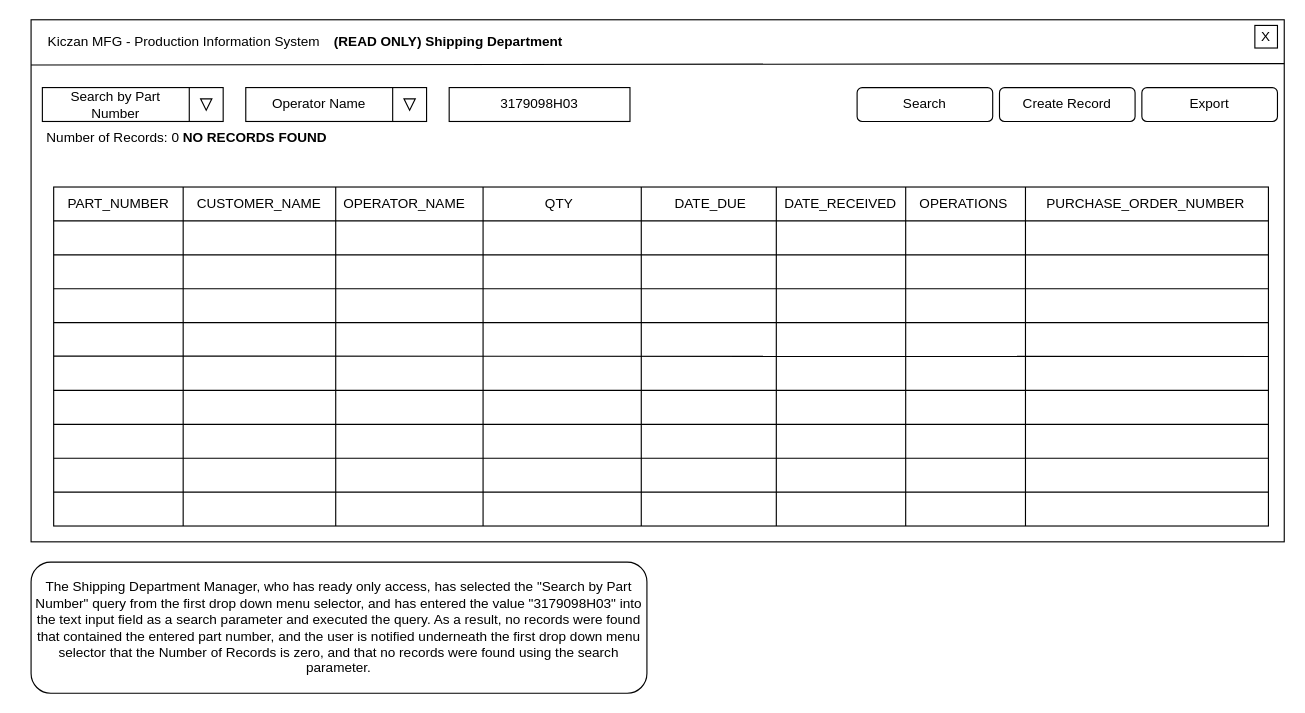
Above: Main User Interface Wireframe Search By Part Number (READONLY) NO RECORDS FOUND.drawio in JrST90/Team2CapstoneProject (draw.io), before the change. Source tidied: cells renumbered, new cells numbered last; positions are measured from the earlier drawing's top-left corner, leaving out a move shared by most shapes. Both pictures are drawn from the tidied source at 113%, with x=0, y=0 at pixel (19, 19).
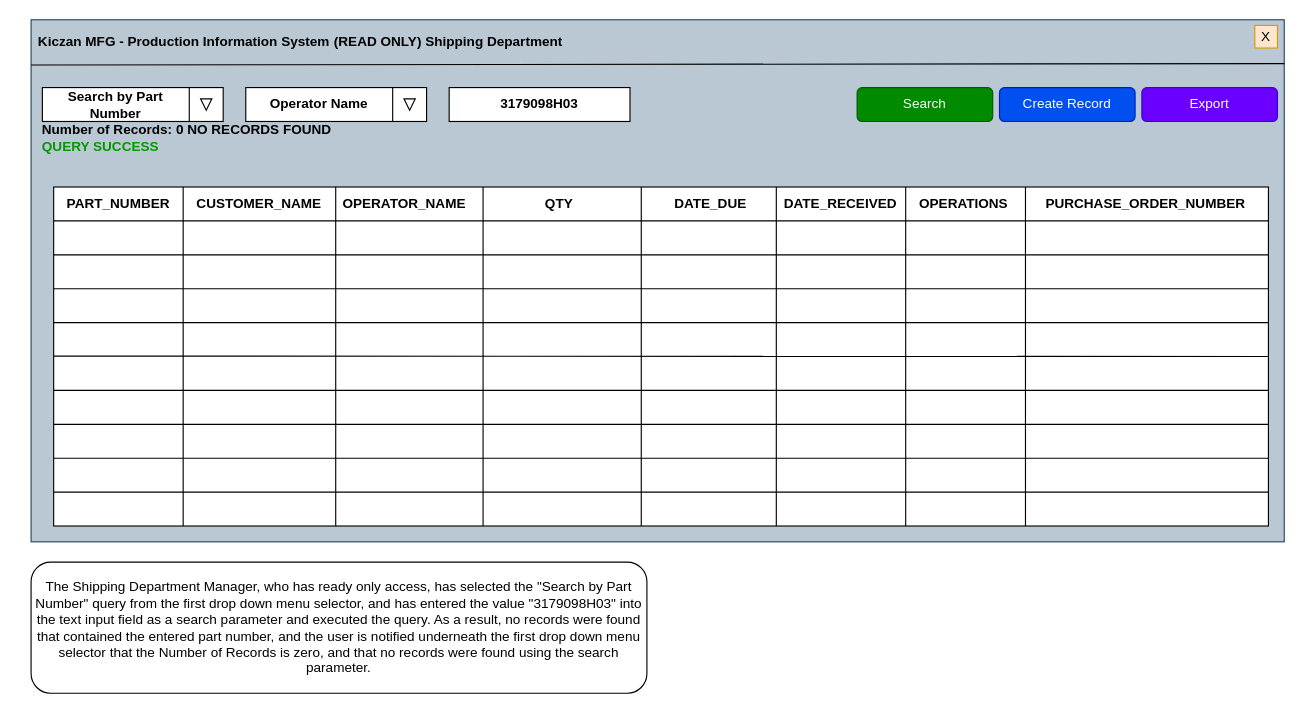
The same page after the edit.

What changed in the source:
```diff
@@
-    <mxCell id="2" style="rounded=0;whiteSpace=wrap;html=1;" parent="1" vertex="1">
+    <mxCell id="2" style="rounded=0;whiteSpace=wrap;html=1;fillColor=#bac8d3;strokeColor=#23445d;" parent="1" vertex="1">
       <mxGeometry x="10" width="1109" height="462" as="geometry" />
     </mxCell>
@@
-    <mxCell id="4" value="X" style="whiteSpace=wrap;html=1;" parent="1" vertex="1">
+    <mxCell id="4" value="X" style="whiteSpace=wrap;html=1;fillColor=#ffe6cc;strokeColor=#d79b00;" parent="1" vertex="1">
       <mxGeometry x="1093" y="5" width="20" height="20" as="geometry" />
     </mxCell>
-    <mxCell id="5" value="Kiczan MFG - Production Information System" style="text;html=1;whiteSpace=wrap;strokeColor=none;fillColor=none;align=center;verticalAlign=middle;rounded=0;" parent="1" vertex="1">
+    <mxCell id="5" value="&lt;b&gt;Kiczan MFG - Production Information System&lt;/b&gt;" style="text;html=1;whiteSpace=wrap;strokeColor=none;fillColor=none;align=center;verticalAlign=middle;rounded=0;" parent="1" vertex="1">
       <mxGeometry x="10" y="5" width="271" height="30" as="geometry" />
     </mxCell>
@@
-    <mxCell id="8" value="3179098H03" style="rounded=0;whiteSpace=wrap;html=1;" parent="1" vertex="1">
+    <mxCell id="8" value="&lt;b&gt;3179098H03&lt;/b&gt;" style="rounded=0;whiteSpace=wrap;html=1;" parent="1" vertex="1">
       <mxGeometry x="380" y="60" width="160" height="30" as="geometry" />
     </mxCell>
-    <mxCell id="9" value="Search" style="rounded=1;whiteSpace=wrap;html=1;" parent="1" vertex="1">
+    <mxCell id="9" value="Search" style="rounded=1;whiteSpace=wrap;html=1;fillColor=#008a00;fontColor=#ffffff;strokeColor=#005700;" parent="1" vertex="1">
       <mxGeometry x="741" y="60" width="120" height="30" as="geometry" />
     </mxCell>
-    <mxCell id="10" value="Search by Part Number" style="text;html=1;whiteSpace=wrap;strokeColor=none;fillColor=none;align=center;verticalAlign=middle;rounded=0;" parent="1" vertex="1">
+    <mxCell id="10" value="&lt;b&gt;Search by Part Number&lt;/b&gt;" style="text;html=1;whiteSpace=wrap;strokeColor=none;fillColor=none;align=center;verticalAlign=middle;rounded=0;" parent="1" vertex="1">
       <mxGeometry x="40" y="60" width="90" height="30" as="geometry" />
     </mxCell>
@@
-    <mxCell id="14" value="Operator Name" style="text;html=1;whiteSpace=wrap;strokeColor=none;fillColor=none;align=center;verticalAlign=middle;rounded=0;" parent="1" vertex="1">
+    <mxCell id="14" value="&lt;b&gt;Operator Name&lt;/b&gt;" style="text;html=1;whiteSpace=wrap;strokeColor=none;fillColor=none;align=center;verticalAlign=middle;rounded=0;" parent="1" vertex="1">
       <mxGeometry x="190" y="60" width="150" height="30" as="geometry" />
     </mxCell>
@@
-    <mxCell id="30" value="Number of Records: 0 &lt;b&gt;NO RECORDS FOUND&lt;/b&gt;" style="text;html=1;whiteSpace=wrap;strokeColor=none;fillColor=none;align=center;verticalAlign=middle;rounded=0;" parent="1" vertex="1">
+    <mxCell id="30" value="&lt;b&gt;Number of Records: 0 NO RECORDS FOUND&lt;/b&gt;&lt;div style=&quot;text-align: left;&quot;&gt;&lt;b style=&quot;background-color: transparent;&quot;&gt;&lt;font style=&quot;color: light-dark(rgb(0, 153, 0), rgb(255, 255, 255));&quot;&gt;QUERY SUCCESS&lt;/font&gt;&lt;/b&gt;&lt;/div&gt;" style="text;html=1;whiteSpace=wrap;strokeColor=none;fillColor=none;align=center;verticalAlign=middle;rounded=0;" parent="1" vertex="1">
       <mxGeometry y="90" width="296" height="30" as="geometry" />
     </mxCell>
-    <mxCell id="31" value="Create Record" style="rounded=1;whiteSpace=wrap;html=1;" parent="1" vertex="1">
+    <mxCell id="31" value="Create Record" style="rounded=1;whiteSpace=wrap;html=1;fillColor=#0050ef;fontColor=#ffffff;strokeColor=#001DBC;" parent="1" vertex="1">
       <mxGeometry x="867" y="60" width="120" height="30" as="geometry" />
     </mxCell>
-    <mxCell id="32" value="PART_NUMBER" style="text;html=1;whiteSpace=wrap;strokeColor=none;fillColor=none;align=center;verticalAlign=middle;rounded=0;" parent="1" vertex="1">
+    <mxCell id="32" value="&lt;b&gt;PART_NUMBER&lt;/b&gt;" style="text;html=1;whiteSpace=wrap;strokeColor=none;fillColor=none;align=center;verticalAlign=middle;rounded=0;" parent="1" vertex="1">
       <mxGeometry x="36" y="148" width="103" height="30" as="geometry" />
     </mxCell>
-    <mxCell id="33" value="CUSTOMER_NAME" style="text;html=1;whiteSpace=wrap;strokeColor=none;fillColor=none;align=center;verticalAlign=middle;rounded=0;" parent="1" vertex="1">
+    <mxCell id="33" value="&lt;b&gt;CUSTOMER_NAME&lt;/b&gt;" style="text;html=1;whiteSpace=wrap;strokeColor=none;fillColor=none;align=center;verticalAlign=middle;rounded=0;" parent="1" vertex="1">
       <mxGeometry x="150" y="148" width="124" height="30" as="geometry" />
     </mxCell>
-    <mxCell id="34" value="OPERATOR_NAME" style="text;html=1;whiteSpace=wrap;strokeColor=none;fillColor=none;align=center;verticalAlign=middle;rounded=0;" parent="1" vertex="1">
+    <mxCell id="34" value="&lt;b&gt;OPERATOR_NAME&lt;/b&gt;" style="text;html=1;whiteSpace=wrap;strokeColor=none;fillColor=none;align=center;verticalAlign=middle;rounded=0;" parent="1" vertex="1">
       <mxGeometry x="285" y="148" width="111" height="30" as="geometry" />
     </mxCell>
-    <mxCell id="35" value="QTY" style="text;html=1;whiteSpace=wrap;strokeColor=none;fillColor=none;align=center;verticalAlign=middle;rounded=0;" parent="1" vertex="1">
+    <mxCell id="35" value="&lt;b&gt;QTY&lt;/b&gt;" style="text;html=1;whiteSpace=wrap;strokeColor=none;fillColor=none;align=center;verticalAlign=middle;rounded=0;" parent="1" vertex="1">
       <mxGeometry x="426" y="148" width="103" height="30" as="geometry" />
     </mxCell>
-    <mxCell id="36" value="DATE_DUE" style="text;html=1;whiteSpace=wrap;strokeColor=none;fillColor=none;align=center;verticalAlign=middle;rounded=0;" parent="1" vertex="1">
+    <mxCell id="36" value="&lt;b&gt;DATE_DUE&lt;/b&gt;" style="text;html=1;whiteSpace=wrap;strokeColor=none;fillColor=none;align=center;verticalAlign=middle;rounded=0;" parent="1" vertex="1">
       <mxGeometry x="560" y="148" width="103" height="30" as="geometry" />
     </mxCell>
-    <mxCell id="37" value="DATE_RECEIVED" style="text;html=1;whiteSpace=wrap;strokeColor=none;fillColor=none;align=center;verticalAlign=middle;rounded=0;" parent="1" vertex="1">
+    <mxCell id="37" value="&lt;b&gt;DATE_RECEIVED&lt;/b&gt;" style="text;html=1;whiteSpace=wrap;strokeColor=none;fillColor=none;align=center;verticalAlign=middle;rounded=0;" parent="1" vertex="1">
       <mxGeometry x="675" y="148" width="103" height="30" as="geometry" />
     </mxCell>
-    <mxCell id="38" value="OPERATIONS" style="text;html=1;whiteSpace=wrap;strokeColor=none;fillColor=none;align=center;verticalAlign=middle;rounded=0;" parent="1" vertex="1">
+    <mxCell id="38" value="&lt;b&gt;OPERATIONS&lt;/b&gt;" style="text;html=1;whiteSpace=wrap;strokeColor=none;fillColor=none;align=center;verticalAlign=middle;rounded=0;" parent="1" vertex="1">
       <mxGeometry x="784" y="148" width="103" height="30" as="geometry" />
     </mxCell>
-    <mxCell id="39" value="PURCHASE_ORDER_NUMBER" style="text;html=1;whiteSpace=wrap;strokeColor=none;fillColor=none;align=center;verticalAlign=middle;rounded=0;" parent="1" vertex="1">
+    <mxCell id="39" value="&lt;b&gt;PURCHASE_ORDER_NUMBER&lt;/b&gt;" style="text;html=1;whiteSpace=wrap;strokeColor=none;fillColor=none;align=center;verticalAlign=middle;rounded=0;" parent="1" vertex="1">
       <mxGeometry x="897" y="148" width="199" height="30" as="geometry" />
     </mxCell>
@@
-    <mxCell id="43" value="Export" style="rounded=1;whiteSpace=wrap;html=1;" parent="1" vertex="1">
+    <mxCell id="43" value="Export" style="rounded=1;whiteSpace=wrap;html=1;fillColor=#6a00ff;fontColor=#ffffff;strokeColor=#3700CC;" parent="1" vertex="1">
       <mxGeometry x="993" y="60" width="120" height="30" as="geometry" />
     </mxCell>
```
